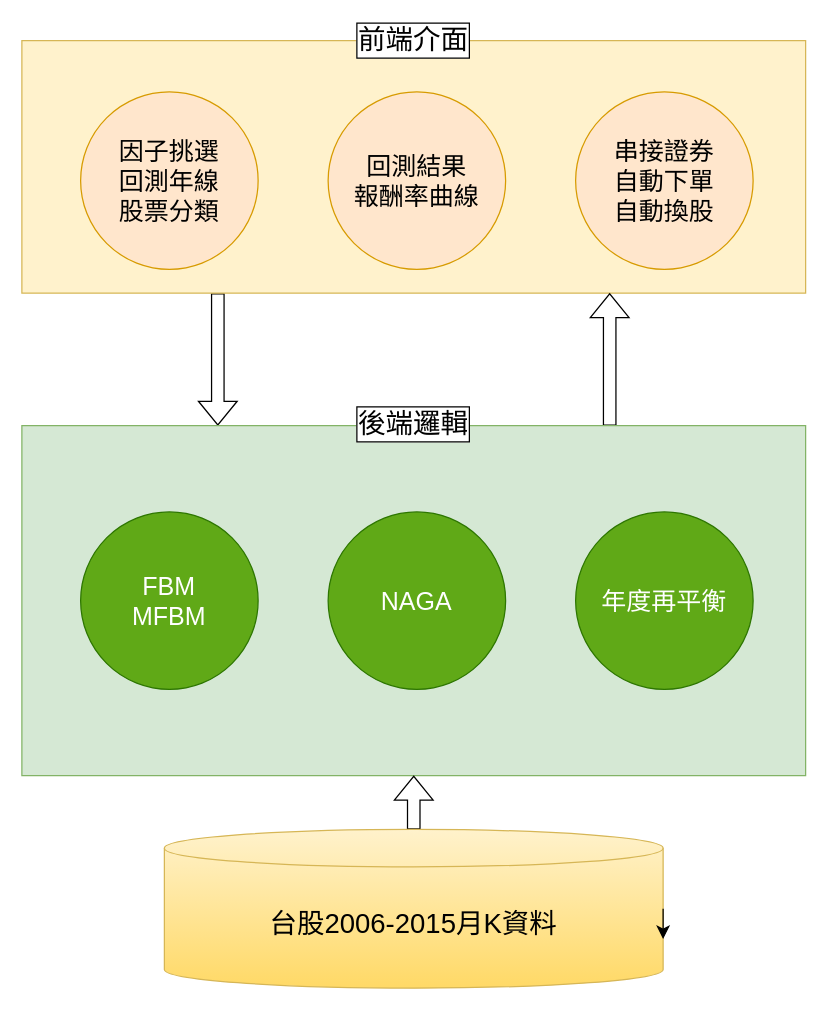
This is page "第 2 页" (2 of 2) of 未命名绘图.drawio from lai20021015/Automobile-energy-consumption-detector, a draw.io file, before an edit. Source tidied: cells renumbered, new cells numbered last; positions are measured from the earlier drawing's top-left corner, leaving out a move shared by most shapes. Both pictures are drawn from the tidied source at 125%, with x=0, y=0 at pixel (21, 21).
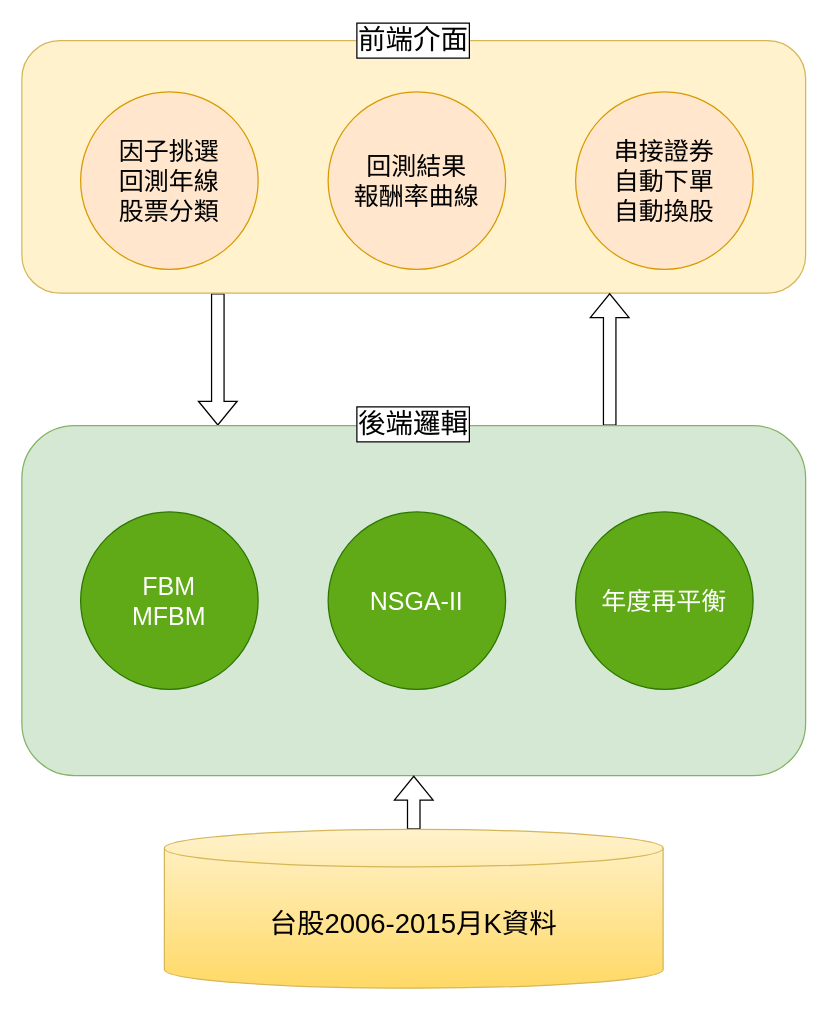
After the change.

The edit, as a diff of the source:
```diff
@@
 <mxGraphModel>
   <root>
     <mxCell id="0" />
     <mxCell id="1" parent="0" />
     <mxCell id="2" style="edgeStyle=none;curved=1;rounded=0;jettySize=auto;html=1;exitX=0.25;exitY=1;exitDx=0;exitDy=0;entryX=0.25;entryY=0;entryDx=0;entryDy=0;fontSize=12;shape=flexArrow;" parent="1" edge="1" source="3" target="5">
       <mxGeometry relative="1" as="geometry" />
     </mxCell>
-    <mxCell id="3" style="rounded=0;whiteSpace=wrap;html=1;fillColor=#fff2cc;strokeColor=#d6b656;" parent="1" vertex="1">
+    <mxCell id="3" style="rounded=1;whiteSpace=wrap;html=1;fillColor=#fff2cc;strokeColor=#d6b656;" parent="1" vertex="1">
       <mxGeometry y="15" width="627" height="202" as="geometry" />
     </mxCell>
     <mxCell id="4" style="edgeStyle=none;curved=1;rounded=0;jettySize=auto;html=1;exitX=0.75;exitY=0;exitDx=0;exitDy=0;entryX=0.75;entryY=1;entryDx=0;entryDy=0;fontSize=12;shape=flexArrow;" parent="1" edge="1" source="5" target="3">
       <mxGeometry relative="1" as="geometry" />
     </mxCell>
-    <mxCell id="5" style="rounded=0;whiteSpace=wrap;html=1;fillColor=#d5e8d4;strokeColor=#82b366;" parent="1" vertex="1">
+    <mxCell id="5" style="rounded=1;whiteSpace=wrap;html=1;fillColor=#d5e8d4;strokeColor=#82b366;" parent="1" vertex="1">
       <mxGeometry y="323" width="627" height="280" as="geometry" />
     </mxCell>
     <mxCell id="6" value="&lt;font&gt;前端介面&lt;/font&gt;" style="text;html=1;align=center;verticalAlign=middle;whiteSpace=wrap;rounded=0;fontSize=22;labelBackgroundColor=default;labelBorderColor=default;" parent="1" vertex="1">
       <mxGeometry x="263" width="101" height="30" as="geometry" />
     </mxCell>
     <mxCell id="7" value="&lt;font&gt;後端邏輯&lt;/font&gt;" style="text;html=1;align=center;verticalAlign=middle;whiteSpace=wrap;rounded=0;fontSize=22;labelBackgroundColor=default;labelBorderColor=default;" parent="1" vertex="1">
       <mxGeometry x="263" y="307" width="101" height="30" as="geometry" />
     </mxCell>
     <mxCell id="8" value="&lt;font style=&quot;font-size: 20px;&quot;&gt;因子挑選&lt;/font&gt;&lt;div&gt;&lt;font style=&quot;font-size: 20px;&quot;&gt;回測年線&lt;/font&gt;&lt;/div&gt;&lt;div&gt;&lt;font style=&quot;font-size: 20px;&quot;&gt;股票分類&lt;/font&gt;&lt;/div&gt;" style="ellipse;whiteSpace=wrap;html=1;fillColor=#ffe6cc;strokeColor=#d79b00;" parent="1" vertex="1">
       <mxGeometry x="47" y="56" width="142" height="142" as="geometry" />
     </mxCell>
     <mxCell id="9" value="&lt;span style=&quot;font-size: 20px;&quot;&gt;回測結果&lt;/span&gt;&lt;div&gt;&lt;span style=&quot;font-size: 20px;&quot;&gt;報酬率曲線&lt;/span&gt;&lt;/div&gt;" style="ellipse;whiteSpace=wrap;html=1;fillColor=#ffe6cc;strokeColor=#d79b00;" parent="1" vertex="1">
       <mxGeometry x="245" y="56" width="142" height="142" as="geometry" />
     </mxCell>
     <mxCell id="10" value="&lt;span style=&quot;font-size: 20px;&quot;&gt;串接證券&lt;/span&gt;&lt;div&gt;&lt;span style=&quot;font-size: 20px;&quot;&gt;自動下單&lt;/span&gt;&lt;/div&gt;&lt;div&gt;&lt;span style=&quot;font-size: 20px;&quot;&gt;自動換股&lt;/span&gt;&lt;/div&gt;" style="ellipse;whiteSpace=wrap;html=1;fillColor=#ffe6cc;strokeColor=#d79b00;" parent="1" vertex="1">
       <mxGeometry x="443" y="56" width="142" height="142" as="geometry" />
     </mxCell>
     <mxCell id="11" value="&lt;span style=&quot;font-size: 20px;&quot;&gt;FBM&lt;/span&gt;&lt;div&gt;&lt;span style=&quot;font-size: 20px;&quot;&gt;MFBM&lt;/span&gt;&lt;/div&gt;" style="ellipse;whiteSpace=wrap;html=1;fillColor=#60a917;strokeColor=#2D7600;fontColor=#ffffff;" parent="1" vertex="1">
       <mxGeometry x="47" y="392" width="142" height="142" as="geometry" />
     </mxCell>
-    <mxCell id="12" value="&lt;span style=&quot;font-size: 20px;&quot;&gt;NAGA&lt;/span&gt;" style="ellipse;whiteSpace=wrap;html=1;fillColor=#60a917;strokeColor=#2D7600;fontColor=#ffffff;" parent="1" vertex="1">
+    <mxCell id="12" value="&lt;span style=&quot;font-size: 20px;&quot;&gt;NSGA-II&lt;/span&gt;" style="ellipse;whiteSpace=wrap;html=1;fillColor=#60a917;strokeColor=#2D7600;fontColor=#ffffff;" parent="1" vertex="1">
       <mxGeometry x="245" y="392" width="142" height="142" as="geometry" />
     </mxCell>
     <mxCell id="13" value="&lt;span style=&quot;font-size: 20px;&quot;&gt;年度再平衡&lt;/span&gt;" style="ellipse;whiteSpace=wrap;html=1;fillColor=#60a917;strokeColor=#2D7600;fontColor=#ffffff;" parent="1" vertex="1">
       <mxGeometry x="443" y="392" width="142" height="142" as="geometry" />
     </mxCell>
     <mxCell id="14" style="edgeStyle=none;curved=1;rounded=0;jettySize=auto;html=1;entryX=0.5;entryY=1;entryDx=0;entryDy=0;fontSize=12;shape=flexArrow;" parent="1" edge="1" source="15" target="5">
       <mxGeometry relative="1" as="geometry" />
     </mxCell>
     <mxCell id="15" value="&lt;font style=&quot;font-size: 22px;&quot;&gt;台股2006-2015月K資料&lt;/font&gt;" style="shape=cylinder3;whiteSpace=wrap;html=1;boundedLbl=1;backgroundOutline=1;size=15;fillColor=#fff2cc;strokeColor=#d6b656;gradientColor=#ffd966;" parent="1" vertex="1">
       <mxGeometry x="114" y="646" width="399" height="127" as="geometry" />
     </mxCell>
-    <mxCell id="16" style="edgeStyle=none;curved=1;rounded=0;orthogonalLoop=1;jettySize=auto;html=1;exitX=1;exitY=0.5;exitDx=0;exitDy=0;exitPerimeter=0;entryX=1;entryY=0;entryDx=0;entryDy=87.75;entryPerimeter=0;fontSize=12;startSize=8;endSize=8;" parent="1" edge="1" source="15" target="15">
-      <mxGeometry relative="1" as="geometry" />
-    </mxCell>
   </root>
 </mxGraphModel>
```
